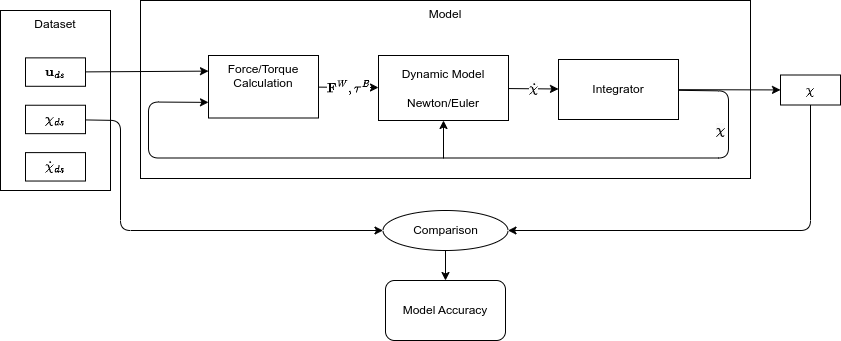
This is media/dataset_testing_method_1.png from ZeinBarhoum/quadrotor-stack, a draw.io export, as it was before one commit. Source tidied: cells renumbered, new cells last; positions are measured from the earlier drawing's top-left corner, leaving out a move shared by most shapes.
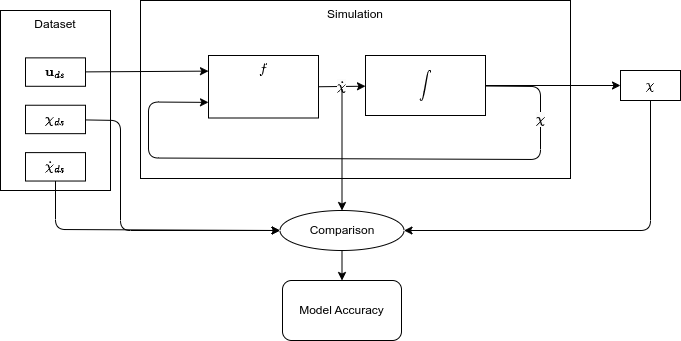
The same file after the commit.

Diff of the diagram source:
```diff
@@ -2,8 +2,8 @@
   <root>
     <mxCell id="0" />
     <mxCell id="1" parent="0" />
-    <mxCell id="2" value="Model" style="rounded=0;whiteSpace=wrap;html=1;verticalAlign=top;" parent="1" vertex="1">
-      <mxGeometry x="140" width="610" height="178" as="geometry" />
+    <mxCell id="2" value="Simulation" style="rounded=0;whiteSpace=wrap;html=1;verticalAlign=top;" parent="1" vertex="1">
+      <mxGeometry x="140" width="430" height="178" as="geometry" />
     </mxCell>
     <mxCell id="3" style="group;" parent="1" vertex="1">
       <mxGeometry y="10" width="110" height="180" as="geometry" />
@@ -20,35 +20,24 @@
     <mxCell id="7" value="$$\dot{{\chi}}_{ds}$$" style="rounded=0;whiteSpace=wrap;html=1;" parent="3" vertex="1">
       <mxGeometry x="25" y="142.1" width="60" height="28.4" as="geometry" />
     </mxCell>
-    <mxCell id="8" value="$$\mathbf{F}^W, {\tau}^B$$" style="edgeStyle=none;html=1;" parent="1" edge="1" source="9" target="12">
-      <mxGeometry relative="1" as="geometry" />
-    </mxCell>
-    <mxCell id="9" value="Force/Torque Calculation" style="rounded=0;whiteSpace=wrap;html=1;verticalAlign=top;" parent="1" vertex="1">
+    <mxCell id="9" value="$$f$$" style="rounded=0;whiteSpace=wrap;html=1;verticalAlign=top;" parent="1" vertex="1">
       <mxGeometry x="208" y="55" width="110" height="62.5" as="geometry" />
     </mxCell>
-    <mxCell id="10" value="&lt;span style=&quot;color: rgb(0, 0, 0); font-family: Helvetica; font-size: 12px; font-style: normal; font-variant-ligatures: normal; font-variant-caps: normal; font-weight: 400; letter-spacing: normal; orphans: 2; text-align: center; text-indent: 0px; text-transform: none; widows: 2; word-spacing: 0px; -webkit-text-stroke-width: 0px; background-color: rgb(251, 251, 251); text-decoration-thickness: initial; text-decoration-style: initial; text-decoration-color: initial; float: none; display: inline !important;&quot;&gt;$$\dot{{\chi}}$$&lt;/span&gt;" style="edgeStyle=none;html=1;" parent="1" edge="1" source="12" target="14">
+    <mxCell id="10" value="&lt;span style=&quot;color: rgb(0, 0, 0); font-family: Helvetica; font-size: 12px; font-style: normal; font-variant-ligatures: normal; font-variant-caps: normal; font-weight: 400; letter-spacing: normal; orphans: 2; text-align: center; text-indent: 0px; text-transform: none; widows: 2; word-spacing: 0px; -webkit-text-stroke-width: 0px; background-color: rgb(251, 251, 251); text-decoration-thickness: initial; text-decoration-style: initial; text-decoration-color: initial; float: none; display: inline !important;&quot;&gt;$$\dot{{\chi}}$$&lt;/span&gt;" style="edgeStyle=none;html=1;exitX=1;exitY=0.5;exitDx=0;exitDy=0;" parent="1" edge="1" source="9" target="14">
       <mxGeometry relative="1" as="geometry" />
     </mxCell>
-    <mxCell id="11" style="edgeStyle=none;html=1;startArrow=classic;startFill=1;endArrow=none;endFill=0;" parent="1" edge="1" source="12">
-      <mxGeometry relative="1" as="geometry">
-        <mxPoint x="443" y="158" as="targetPoint" />
-      </mxGeometry>
-    </mxCell>
-    <mxCell id="12" value="Dynamic Model&lt;br&gt;&lt;br&gt;Newton/Euler" style="rounded=0;whiteSpace=wrap;html=1;" parent="1" vertex="1">
-      <mxGeometry x="378" y="55" width="130" height="65" as="geometry" />
-    </mxCell>
     <mxCell id="13" value="&lt;span style=&quot;color: rgb(0, 0, 0); font-family: Helvetica; font-size: 12px; font-style: normal; font-variant-ligatures: normal; font-variant-caps: normal; font-weight: 400; letter-spacing: normal; orphans: 2; text-align: center; text-indent: 0px; text-transform: none; widows: 2; word-spacing: 0px; -webkit-text-stroke-width: 0px; background-color: rgb(251, 251, 251); text-decoration-thickness: initial; text-decoration-style: initial; text-decoration-color: initial; float: none; display: inline !important;&quot;&gt;$${\chi}$$&lt;/span&gt;" style="edgeStyle=none;html=1;entryX=0;entryY=0.75;entryDx=0;entryDy=0;" parent="1" edge="1" source="14" target="9">
-      <mxGeometry x="-0.78" y="-8" relative="1" as="geometry">
+      <mxGeometry x="-0.72" relative="1" as="geometry">
         <Array as="points">
-          <mxPoint x="728" y="90.5" />
-          <mxPoint x="728" y="157.5" />
+          <mxPoint x="540" y="86" />
+          <mxPoint x="540" y="159" />
           <mxPoint x="148" y="157.5" />
           <mxPoint x="148" y="101.5" />
         </Array>
       </mxGeometry>
     </mxCell>
-    <mxCell id="14" value="Integrator" style="rounded=0;whiteSpace=wrap;html=1;" parent="1" vertex="1">
-      <mxGeometry x="558" y="59" width="120" height="60" as="geometry" />
+    <mxCell id="14" value="$$\int$$" style="rounded=0;whiteSpace=wrap;html=1;" parent="1" vertex="1">
+      <mxGeometry x="365" y="55" width="120" height="60" as="geometry" />
     </mxCell>
     <mxCell id="15" style="edgeStyle=none;html=1;startArrow=classic;startFill=1;endArrow=none;endFill=0;" parent="1" edge="1" source="17" target="14">
       <mxGeometry relative="1" as="geometry" />
@@ -56,12 +45,12 @@
     <mxCell id="16" style="edgeStyle=none;html=1;entryX=1;entryY=0.5;entryDx=0;entryDy=0;" parent="1" edge="1" source="17" target="20">
       <mxGeometry relative="1" as="geometry">
         <Array as="points">
-          <mxPoint x="810" y="230" />
+          <mxPoint x="650" y="230" />
         </Array>
       </mxGeometry>
     </mxCell>
     <mxCell id="17" value="$${\chi}$$" style="rounded=0;whiteSpace=wrap;html=1;" parent="1" vertex="1">
-      <mxGeometry x="780" y="74.5" width="60" height="30" as="geometry" />
+      <mxGeometry x="620" y="70" width="60" height="30" as="geometry" />
     </mxCell>
     <mxCell id="18" style="edgeStyle=none;html=1;entryX=0;entryY=0.25;entryDx=0;entryDy=0;" parent="1" edge="1" source="6" target="9">
       <mxGeometry relative="1" as="geometry" />
@@ -69,8 +58,13 @@
     <mxCell id="19" style="edgeStyle=none;html=1;" parent="1" edge="1" source="20" target="22">
       <mxGeometry relative="1" as="geometry" />
     </mxCell>
+    <mxCell id="23" style="edgeStyle=none;html=1;endArrow=none;endFill=0;startArrow=classic;startFill=1;" parent="1" edge="1" source="20">
+      <mxGeometry relative="1" as="geometry">
+        <mxPoint x="341.5" y="89" as="targetPoint" />
+      </mxGeometry>
+    </mxCell>
     <mxCell id="20" value="Comparison" style="ellipse;whiteSpace=wrap;html=1;" parent="1" vertex="1">
-      <mxGeometry x="382.5" y="210" width="125" height="40" as="geometry" />
+      <mxGeometry x="279.5" y="210" width="124" height="40" as="geometry" />
     </mxCell>
     <mxCell id="21" style="edgeStyle=none;html=1;entryX=0;entryY=0.5;entryDx=0;entryDy=0;" parent="1" edge="1" source="5" target="20">
       <mxGeometry relative="1" as="geometry">
@@ -81,7 +75,14 @@
       </mxGeometry>
     </mxCell>
     <mxCell id="22" value="Model Accuracy" style="rounded=1;whiteSpace=wrap;html=1;" parent="1" vertex="1">
-      <mxGeometry x="385" y="280" width="120" height="60" as="geometry" />
+      <mxGeometry x="282" y="280" width="119" height="60" as="geometry" />
     </mxCell>
+    <mxCell id="24" style="edgeStyle=none;html=1;entryX=0;entryY=0.5;entryDx=0;entryDy=0;startArrow=none;startFill=0;endArrow=classic;endFill=1;" parent="1" edge="1" source="7" target="20">
+      <mxGeometry relative="1" as="geometry">
+        <Array as="points">
+          <mxPoint x="55" y="229" />
+        </Array>
+      </mxGeometry>
+    </mxCell>
   </root>
 </mxGraphModel>
```
